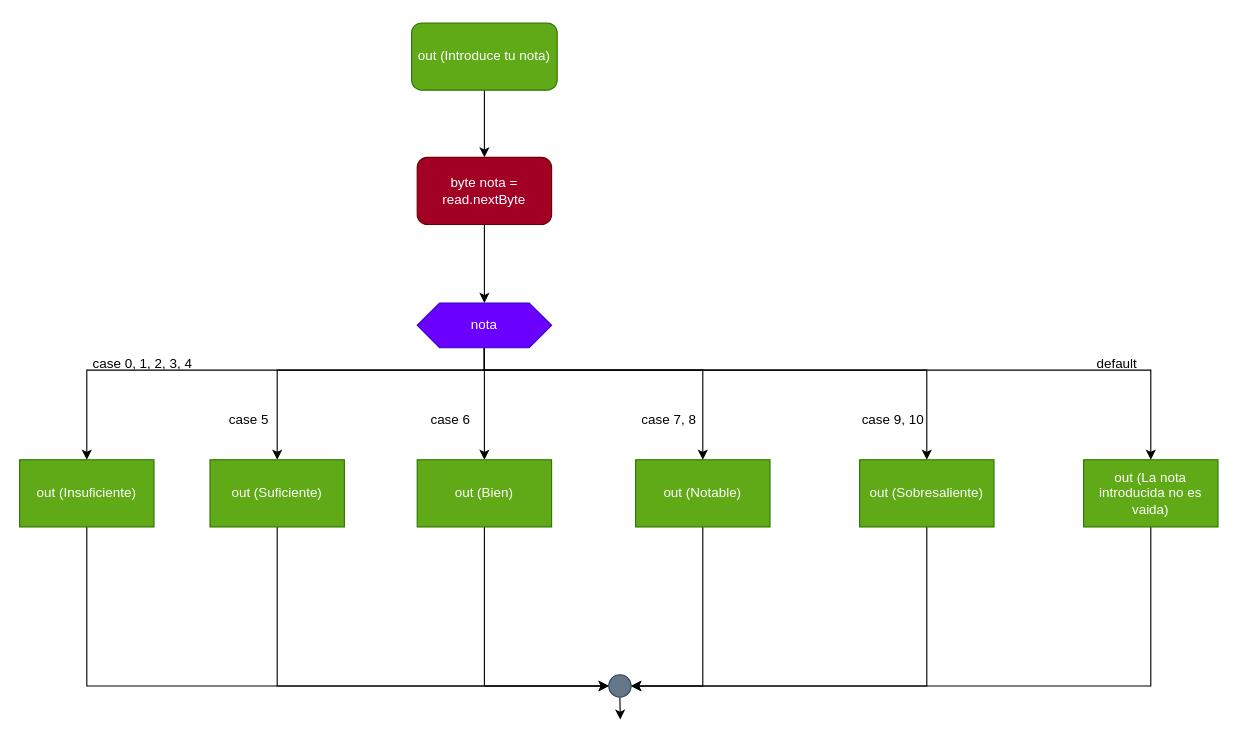
antonionavarro04/Tema2Boletin2 keeps this draw.io diagram as src/ejercicio1/Ejercicio1.drawio. Above is the earlier version. Source tidied: cells renumbered, new cells numbered last; positions are measured from the earlier drawing's top-left corner, leaving out a move shared by most shapes. Both pictures are drawn from the tidied source at 112%, with x=0, y=0 at pixel (19, 22).
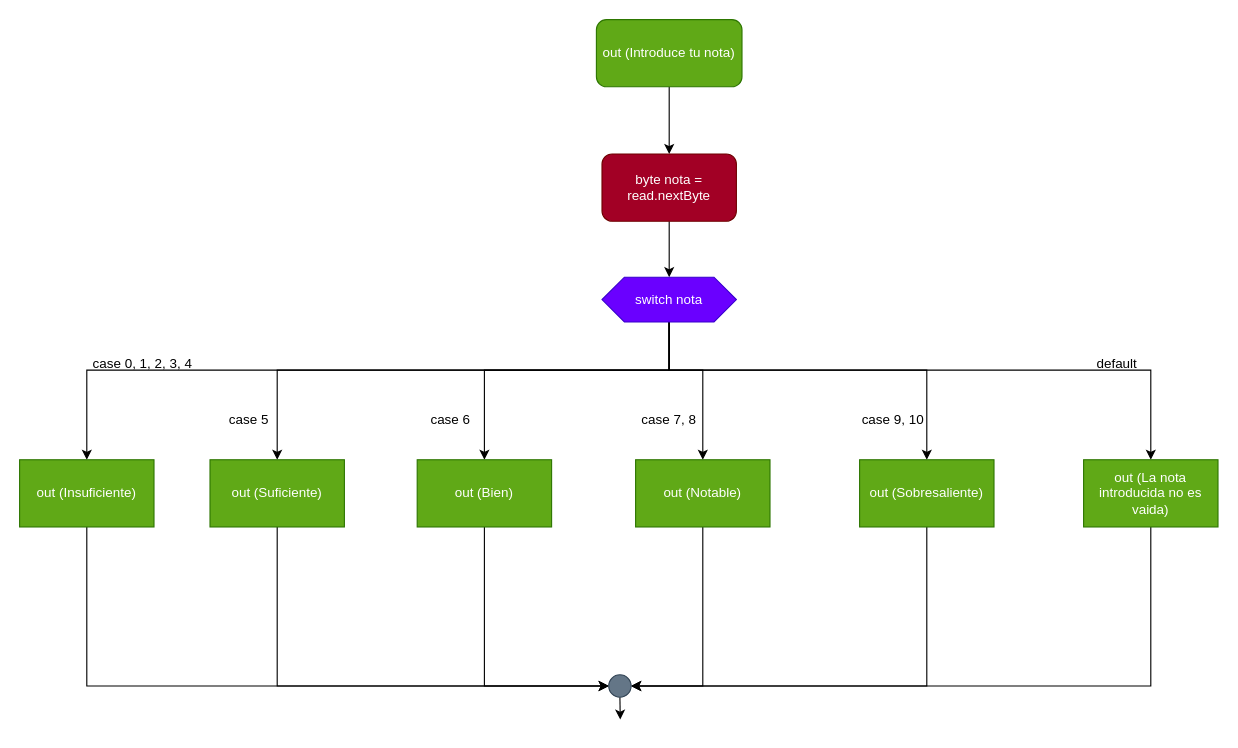
The same page after the edit.

The change refers to these unchanged cells:
```xml
<mxCell id="14" value="out (Insuficiente)" style="rounded=0;whiteSpace=wrap;html=1;fillColor=#60a917;fontColor=#ffffff;strokeColor=#2D7600;" parent="1" vertex="1">
  <mxGeometry y="390" width="120" height="60" as="geometry" />
</mxCell>
<mxCell id="17" value="out (Suficiente)" style="rounded=0;whiteSpace=wrap;html=1;fillColor=#60a917;fontColor=#ffffff;strokeColor=#2D7600;" parent="1" vertex="1">
  <mxGeometry x="170" y="390" width="120" height="60" as="geometry" />
</mxCell>
<mxCell id="20" value="out (Bien)" style="rounded=0;whiteSpace=wrap;html=1;fillColor=#60a917;fontColor=#ffffff;strokeColor=#2D7600;" parent="1" vertex="1">
  <mxGeometry x="355" y="390" width="120" height="60" as="geometry" />
</mxCell>
<mxCell id="23" value="out (Notable)" style="rounded=0;whiteSpace=wrap;html=1;fillColor=#60a917;fontColor=#ffffff;strokeColor=#2D7600;" parent="1" vertex="1">
  <mxGeometry x="550" y="390" width="120" height="60" as="geometry" />
</mxCell>
<mxCell id="26" value="out (Sobresaliente)" style="rounded=0;whiteSpace=wrap;html=1;fillColor=#60a917;fontColor=#ffffff;strokeColor=#2D7600;" parent="1" vertex="1">
  <mxGeometry x="750" y="390" width="120" height="60" as="geometry" />
</mxCell>
<mxCell id="29" value="out (La nota introducida no es vaida)" style="rounded=0;whiteSpace=wrap;html=1;fillColor=#60a917;fontColor=#ffffff;strokeColor=#2D7600;" parent="1" vertex="1">
  <mxGeometry x="950" y="390" width="120" height="60" as="geometry" />
</mxCell>
```

Diff of the diagram source:
```diff
@@
     <mxCell id="3" value="out (Introduce tu nota)" style="rounded=1;whiteSpace=wrap;html=1;fillColor=#60a917;fontColor=#ffffff;strokeColor=#2D7600;" parent="1" vertex="1">
-      <mxGeometry x="350" width="130" height="60" as="geometry" />
+      <mxGeometry x="515" y="-3" width="130" height="60" as="geometry" />
     </mxCell>
@@
     <mxCell id="5" value="byte nota = read.nextByte" style="rounded=1;whiteSpace=wrap;html=1;fillColor=#a20025;fontColor=#ffffff;strokeColor=#6F0000;" parent="1" vertex="1">
-      <mxGeometry x="355" y="120" width="120" height="60" as="geometry" />
+      <mxGeometry x="520" y="117" width="120" height="60" as="geometry" />
     </mxCell>
     <mxCell id="6" style="edgeStyle=orthogonalEdgeStyle;rounded=0;jettySize=auto;html=1;exitX=0.5;exitY=1;exitDx=0;exitDy=0;entryX=0.5;entryY=0;entryDx=0;entryDy=0;" parent="1" edge="1" source="12" target="14">
       <mxGeometry relative="1" as="geometry">
         <Array as="points">
-          <mxPoint x="415" y="310" />
+          <mxPoint x="580" y="310" />
           <mxPoint x="60" y="310" />
         </Array>
       </mxGeometry>
     </mxCell>
     <mxCell id="7" style="edgeStyle=orthogonalEdgeStyle;rounded=0;jettySize=auto;html=1;exitX=0.5;exitY=1;exitDx=0;exitDy=0;entryX=0.5;entryY=0;entryDx=0;entryDy=0;" parent="1" edge="1" source="12" target="17">
       <mxGeometry relative="1" as="geometry">
         <Array as="points">
-          <mxPoint x="415" y="310" />
+          <mxPoint x="580" y="310" />
           <mxPoint x="230" y="310" />
         </Array>
       </mxGeometry>
     </mxCell>
     <mxCell id="8" style="edgeStyle=orthogonalEdgeStyle;rounded=0;jettySize=auto;html=1;exitX=0.5;exitY=1;exitDx=0;exitDy=0;entryX=0.5;entryY=0;entryDx=0;entryDy=0;" parent="1" edge="1" source="12" target="20">
-      <mxGeometry relative="1" as="geometry" />
+      <mxGeometry relative="1" as="geometry">
+        <Array as="points">
+          <mxPoint x="580" y="310" />
+          <mxPoint x="415" y="310" />
+        </Array>
+      </mxGeometry>
     </mxCell>
     <mxCell id="9" style="edgeStyle=orthogonalEdgeStyle;rounded=0;jettySize=auto;html=1;exitX=0.5;exitY=1;exitDx=0;exitDy=0;entryX=0.5;entryY=0;entryDx=0;entryDy=0;" parent="1" edge="1" source="12" target="23">
       <mxGeometry relative="1" as="geometry">
         <Array as="points">
-          <mxPoint x="415" y="310" />
+          <mxPoint x="580" y="310" />
           <mxPoint x="610" y="310" />
         </Array>
       </mxGeometry>
     </mxCell>
     <mxCell id="10" style="edgeStyle=orthogonalEdgeStyle;rounded=0;jettySize=auto;html=1;exitX=0.5;exitY=1;exitDx=0;exitDy=0;entryX=0.5;entryY=0;entryDx=0;entryDy=0;" parent="1" edge="1" source="12" target="26">
       <mxGeometry relative="1" as="geometry">
         <Array as="points">
-          <mxPoint x="415" y="310" />
+          <mxPoint x="580" y="310" />
           <mxPoint x="810" y="310" />
         </Array>
       </mxGeometry>
     </mxCell>
     <mxCell id="11" style="edgeStyle=orthogonalEdgeStyle;rounded=0;jettySize=auto;html=1;exitX=0.5;exitY=1;exitDx=0;exitDy=0;entryX=0.5;entryY=0;entryDx=0;entryDy=0;" parent="1" edge="1" source="12" target="29">
       <mxGeometry relative="1" as="geometry">
         <Array as="points">
-          <mxPoint x="415" y="310" />
+          <mxPoint x="580" y="310" />
           <mxPoint x="1010" y="310" />
         </Array>
       </mxGeometry>
     </mxCell>
-    <mxCell id="12" value="nota" style="shape=hexagon;perimeter=hexagonPerimeter2;whiteSpace=wrap;html=1;fixedSize=1;fillColor=#6a00ff;fontColor=#ffffff;strokeColor=#3700CC;" parent="1" vertex="1">
-      <mxGeometry x="355" y="250" width="120" height="40" as="geometry" />
+    <mxCell id="12" value="switch nota" style="shape=hexagon;perimeter=hexagonPerimeter2;whiteSpace=wrap;html=1;fixedSize=1;fillColor=#6a00ff;fontColor=#ffffff;strokeColor=#3700CC;" parent="1" vertex="1">
+      <mxGeometry x="520" y="227" width="120" height="40" as="geometry" />
     </mxCell>
```
